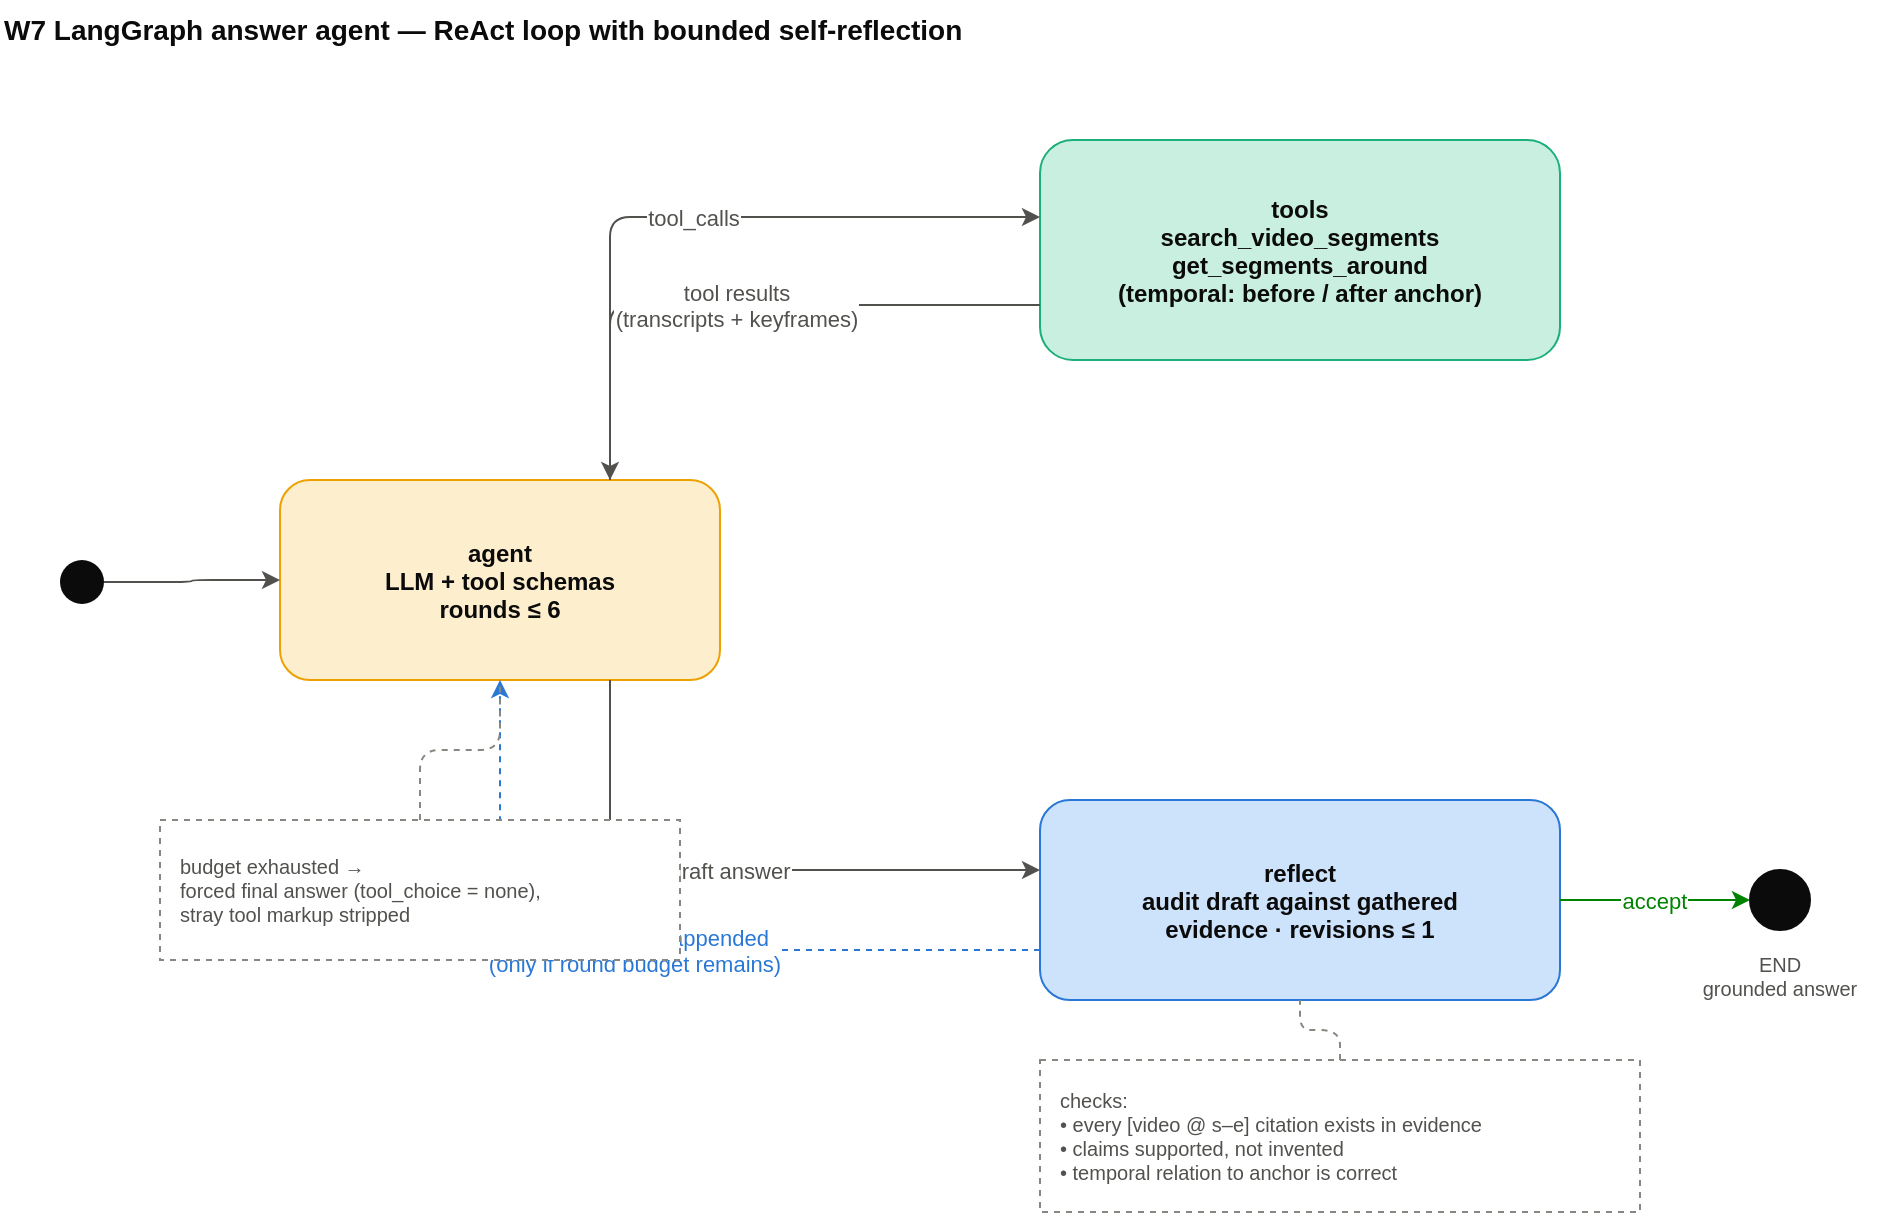
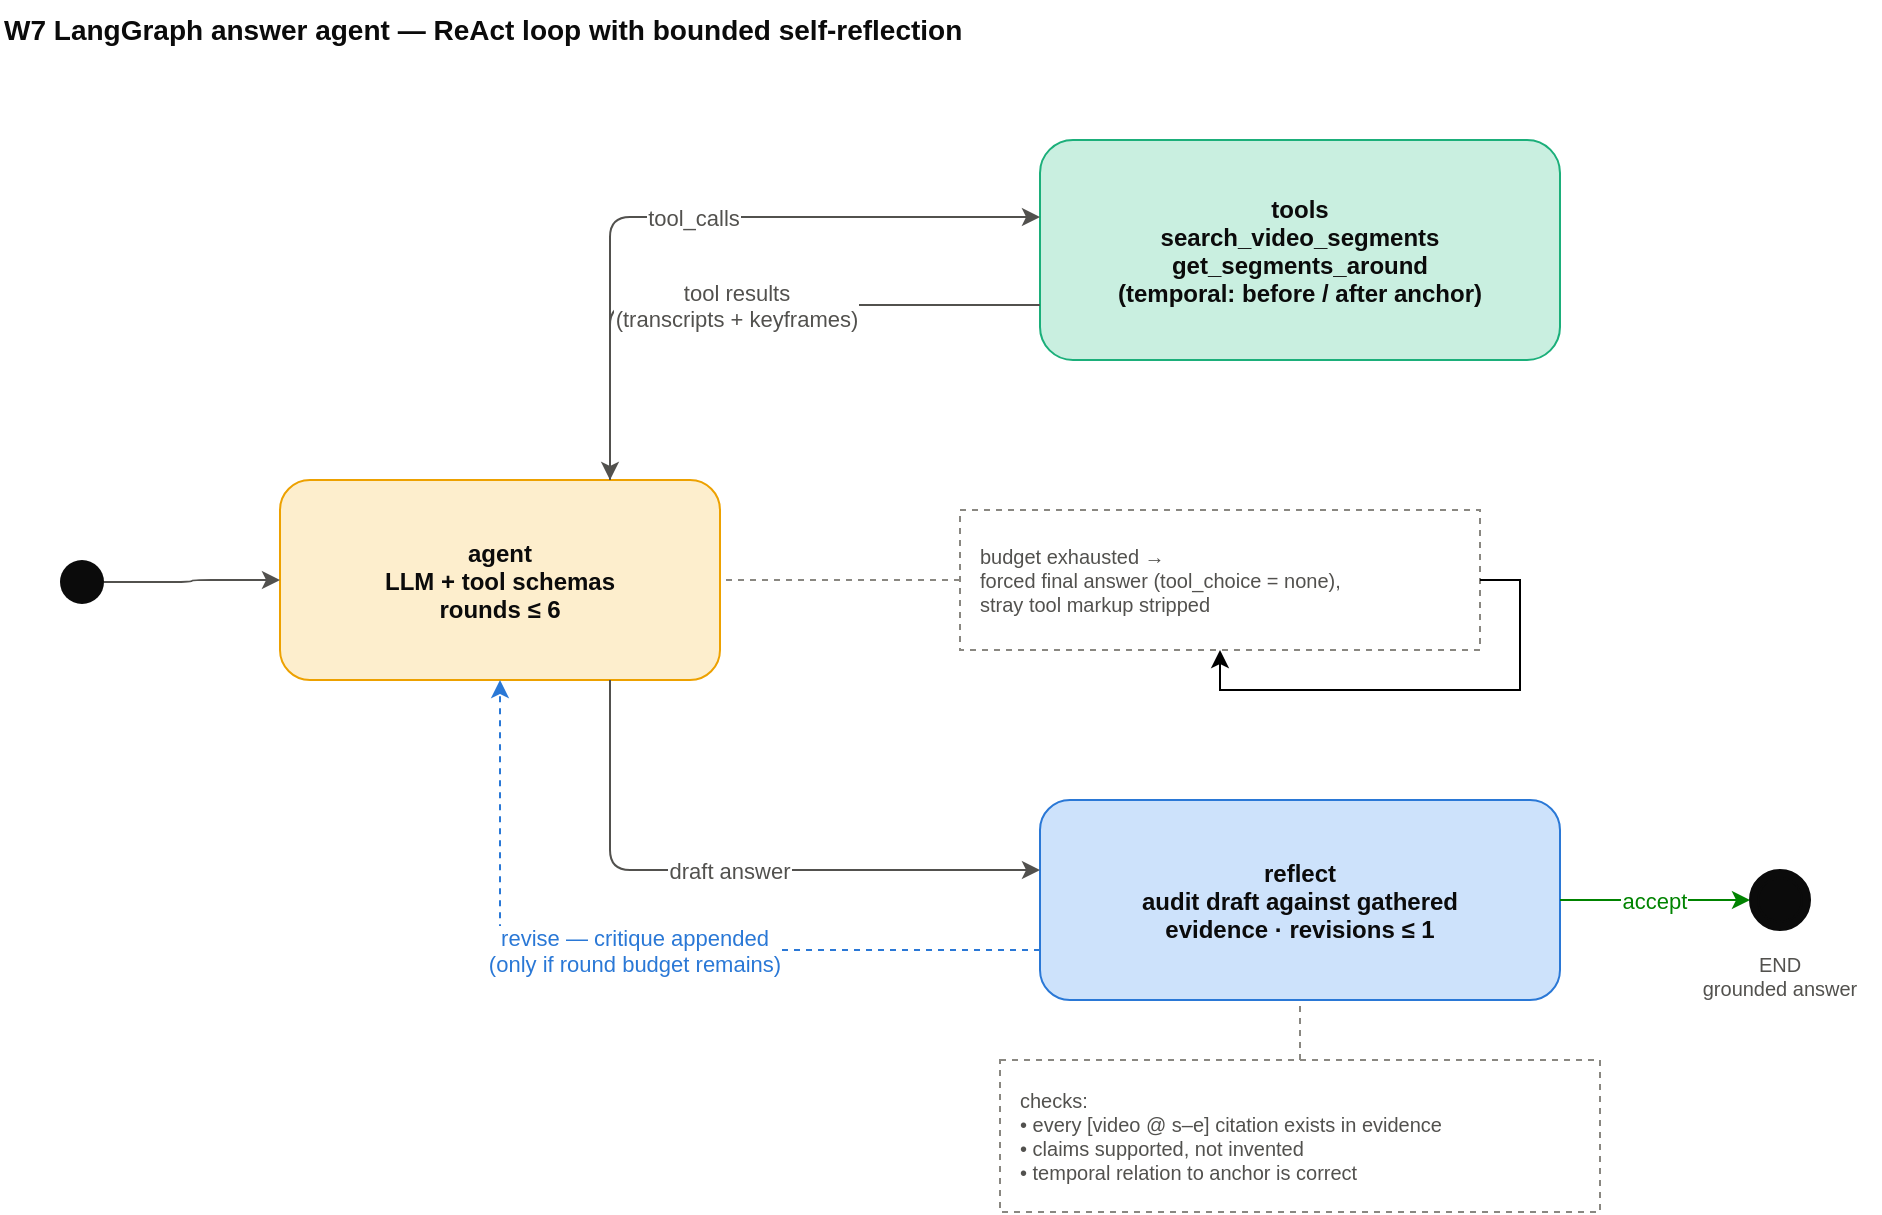
- <mxfile host="app.diagrams.net" agent="visual-rag" version="24.0.0">
+ <mxfile host="app.diagrams.net" agent="visual-rag">
  <diagram id="fig2" name="LangGraph agent">
-     <mxGraphModel dx="1000" dy="700" grid="1" gridSize="10" guides="1" tooltips="1" connect="1" arrows="1" fold="1" page="1" pageScale="1" pageWidth="1000" pageHeight="640" math="0" shadow="0">
+     <mxGraphModel dx="949" dy="662" grid="1" gridSize="10" guides="1" tooltips="1" connect="1" arrows="1" fold="1" page="1" pageScale="1" pageWidth="1000" pageHeight="640" math="0" shadow="0">
      <root>
        <mxCell id="0" />
        <mxCell id="1" parent="0" />
- 
-         <mxCell id="title" value="W7 LangGraph answer agent — ReAct loop with bounded self-reflection" style="text;fontSize=14;fontStyle=1;fontColor=#0b0b0b;align=left;" vertex="1" parent="1">
-           <mxGeometry x="40" y="20" width="700" height="30" as="geometry" />
+         <mxCell id="title" parent="1" style="text;fontSize=14;fontStyle=1;fontColor=#0b0b0b;align=left;" value="W7 LangGraph answer agent — ReAct loop with bounded self-reflection" vertex="1">
+           <mxGeometry height="30" width="700" x="40" y="20" as="geometry" />
        </mxCell>
- 
-         <mxCell id="start" value="" style="ellipse;fillColor=#0b0b0b;strokeColor=none;" vertex="1" parent="1">
-           <mxGeometry x="70" y="300" width="22" height="22" as="geometry" />
+         <mxCell id="start" parent="1" style="ellipse;fillColor=#0b0b0b;strokeColor=none;" value="" vertex="1">
+           <mxGeometry height="22" width="22" x="70" y="300" as="geometry" />
        </mxCell>
- 
-         <mxCell id="agentN" value="agent&#10;LLM + tool schemas&#10;rounds ≤ 6" style="rounded=1;fillColor=#fdeecd;strokeColor=#eda100;fontSize=12;fontColor=#0b0b0b;fontStyle=1;" vertex="1" parent="1">
-           <mxGeometry x="180" y="260" width="220" height="100" as="geometry" />
+         <mxCell id="agentN" parent="1" style="rounded=1;fillColor=#fdeecd;strokeColor=#eda100;fontSize=12;fontColor=#0b0b0b;fontStyle=1;" value="agent&#xa;LLM + tool schemas&#xa;rounds ≤ 6" vertex="1">
+           <mxGeometry height="100" width="220" x="180" y="260" as="geometry" />
        </mxCell>
- 
-         <mxCell id="toolsN" value="tools&#10;search_video_segments&#10;get_segments_around&#10;(temporal: before / after anchor)" style="rounded=1;fillColor=#c9efe0;strokeColor=#1baf7a;fontSize=12;fontColor=#0b0b0b;fontStyle=1;" vertex="1" parent="1">
-           <mxGeometry x="560" y="90" width="260" height="110" as="geometry" />
+         <mxCell id="toolsN" parent="1" style="rounded=1;fillColor=#c9efe0;strokeColor=#1baf7a;fontSize=12;fontColor=#0b0b0b;fontStyle=1;" value="tools&#xa;search_video_segments&#xa;get_segments_around&#xa;(temporal: before / after anchor)" vertex="1">
+           <mxGeometry height="110" width="260" x="560" y="90" as="geometry" />
        </mxCell>
- 
-         <mxCell id="reflectN" value="reflect&#10;audit draft against gathered&#10;evidence · revisions ≤ 1" style="rounded=1;fillColor=#cde2fb;strokeColor=#2a78d6;fontSize=12;fontColor=#0b0b0b;fontStyle=1;" vertex="1" parent="1">
-           <mxGeometry x="560" y="420" width="260" height="100" as="geometry" />
+         <mxCell id="reflectN" parent="1" style="rounded=1;fillColor=#cde2fb;strokeColor=#2a78d6;fontSize=12;fontColor=#0b0b0b;fontStyle=1;" value="reflect&#xa;audit draft against gathered&#xa;evidence · revisions ≤ 1" vertex="1">
+           <mxGeometry height="100" width="260" x="560" y="420" as="geometry" />
        </mxCell>
- 
-         <mxCell id="endN" value="" style="ellipse;shape=doubleEllipse;fillColor=#0b0b0b;strokeColor=#0b0b0b;" vertex="1" parent="1">
-           <mxGeometry x="915" y="455" width="30" height="30" as="geometry" />
+         <mxCell id="endN" parent="1" style="ellipse;shape=doubleEllipse;fillColor=#0b0b0b;strokeColor=#0b0b0b;" value="" vertex="1">
+           <mxGeometry height="30" width="30" x="915" y="455" as="geometry" />
        </mxCell>
-         <mxCell id="endLbl" value="END&#10;grounded answer" style="text;fontSize=10;fontColor=#52514e;align=center;" vertex="1" parent="1">
-           <mxGeometry x="880" y="490" width="100" height="36" as="geometry" />
+         <mxCell id="endLbl" parent="1" style="text;fontSize=10;fontColor=#52514e;align=center;" value="END&#xa;grounded answer" vertex="1">
+           <mxGeometry height="36" width="100" x="880" y="490" as="geometry" />
        </mxCell>
- 
-         <mxCell id="s1" style="edgeStyle=orthogonalEdgeStyle;rounded=1;strokeColor=#52514e;" edge="1" parent="1" source="start" target="agentN"><mxGeometry relative="1" as="geometry" /></mxCell>
- 
-         <mxCell id="t1" value="tool_calls" style="edgeStyle=orthogonalEdgeStyle;rounded=1;strokeColor=#52514e;fontSize=11;fontColor=#52514e;exitX=0.75;exitY=0;exitDx=0;exitDy=0;entryX=0;entryY=0.35;entryDx=0;entryDy=0;" edge="1" parent="1" source="agentN" target="toolsN"><mxGeometry relative="1" as="geometry" /></mxCell>
-         <mxCell id="t2" value="tool results&#10;(transcripts + keyframes)" style="edgeStyle=orthogonalEdgeStyle;rounded=1;strokeColor=#52514e;fontSize=11;fontColor=#52514e;exitX=0;exitY=0.75;exitDx=0;exitDy=0;entryX=0.75;entryY=0;entryDx=0;entryDy=0;" edge="1" parent="1" source="toolsN" target="agentN"><mxGeometry relative="1" as="geometry" /></mxCell>
- 
-         <mxCell id="r1" value="draft answer" style="edgeStyle=orthogonalEdgeStyle;rounded=1;strokeColor=#52514e;fontSize=11;fontColor=#52514e;exitX=0.75;exitY=1;exitDx=0;exitDy=0;entryX=0;entryY=0.35;entryDx=0;entryDy=0;" edge="1" parent="1" source="agentN" target="reflectN"><mxGeometry relative="1" as="geometry" /></mxCell>
-         <mxCell id="r2" value="revise — critique appended&#10;(only if round budget remains)" style="edgeStyle=orthogonalEdgeStyle;rounded=1;strokeColor=#2a78d6;dashed=1;fontSize=11;fontColor=#2a78d6;exitX=0;exitY=0.75;exitDx=0;exitDy=0;entryX=0.5;entryY=1;entryDx=0;entryDy=0;" edge="1" parent="1" source="reflectN" target="agentN"><mxGeometry relative="1" as="geometry" /></mxCell>
-         <mxCell id="r3" value="accept" style="edgeStyle=orthogonalEdgeStyle;rounded=1;strokeColor=#008300;fontSize=11;fontColor=#008300;" edge="1" parent="1" source="reflectN" target="endN"><mxGeometry relative="1" as="geometry" /></mxCell>
- 
-         <mxCell id="noteAgent" value="budget exhausted →&#10;forced final answer (tool_choice = none),&#10;stray tool markup stripped" style="rounded=0;fillColor=#ffffff;strokeColor=#898781;dashed=1;fontSize=10;fontColor=#52514e;align=left;spacingLeft=8;" vertex="1" parent="1">
-           <mxGeometry x="120" y="430" width="260" height="70" as="geometry" />
+         <mxCell id="s1" edge="1" parent="1" source="start" style="edgeStyle=orthogonalEdgeStyle;rounded=1;strokeColor=#52514e;" target="agentN">
+           <mxGeometry relative="1" as="geometry" />
        </mxCell>
-         <mxCell id="na1" style="edgeStyle=orthogonalEdgeStyle;strokeColor=#898781;dashed=1;endArrow=none;" edge="1" parent="1" source="noteAgent" target="agentN"><mxGeometry relative="1" as="geometry" /></mxCell>
- 
-         <mxCell id="noteReflect" value="checks:&#10;• every [video @ s–e] citation exists in evidence&#10;• claims supported, not invented&#10;• temporal relation to anchor is correct" style="rounded=0;fillColor=#ffffff;strokeColor=#898781;dashed=1;fontSize=10;fontColor=#52514e;align=left;spacingLeft=8;" vertex="1" parent="1">
-           <mxGeometry x="560" y="550" width="300" height="76" as="geometry" />
+         <mxCell id="t1" edge="1" parent="1" source="agentN" style="edgeStyle=orthogonalEdgeStyle;rounded=1;strokeColor=#52514e;fontSize=11;fontColor=#52514e;exitX=0.75;exitY=0;exitDx=0;exitDy=0;entryX=0;entryY=0.35;entryDx=0;entryDy=0;" target="toolsN" value="tool_calls">
+           <mxGeometry relative="1" as="geometry" />
        </mxCell>
-         <mxCell id="nr1" style="edgeStyle=orthogonalEdgeStyle;strokeColor=#898781;dashed=1;endArrow=none;" edge="1" parent="1" source="noteReflect" target="reflectN"><mxGeometry relative="1" as="geometry" /></mxCell>
+         <mxCell id="t2" edge="1" parent="1" source="toolsN" style="edgeStyle=orthogonalEdgeStyle;rounded=1;strokeColor=#52514e;fontSize=11;fontColor=#52514e;exitX=0;exitY=0.75;exitDx=0;exitDy=0;entryX=0.75;entryY=0;entryDx=0;entryDy=0;" target="agentN" value="tool results&#xa;(transcripts + keyframes)">
+           <mxGeometry relative="1" as="geometry" />
+         </mxCell>
+         <mxCell id="r1" edge="1" parent="1" source="agentN" style="edgeStyle=orthogonalEdgeStyle;rounded=1;strokeColor=#52514e;fontSize=11;fontColor=#52514e;exitX=0.75;exitY=1;exitDx=0;exitDy=0;entryX=0;entryY=0.35;entryDx=0;entryDy=0;" target="reflectN" value="draft answer">
+           <mxGeometry relative="1" as="geometry" />
+         </mxCell>
+         <mxCell id="r2" edge="1" parent="1" source="reflectN" style="edgeStyle=orthogonalEdgeStyle;rounded=1;strokeColor=#2a78d6;dashed=1;fontSize=11;fontColor=#2a78d6;exitX=0;exitY=0.75;exitDx=0;exitDy=0;entryX=0.5;entryY=1;entryDx=0;entryDy=0;" target="agentN" value="revise — critique appended&#xa;(only if round budget remains)">
+           <mxGeometry relative="1" as="geometry" />
+         </mxCell>
+         <mxCell id="r3" edge="1" parent="1" source="reflectN" style="edgeStyle=orthogonalEdgeStyle;rounded=1;strokeColor=#008300;fontSize=11;fontColor=#008300;" target="endN" value="accept">
+           <mxGeometry relative="1" as="geometry" />
+         </mxCell>
+         <mxCell id="noteAgent" parent="1" style="rounded=0;fillColor=#ffffff;strokeColor=#898781;dashed=1;fontSize=10;fontColor=#52514e;align=left;spacingLeft=8;" value="budget exhausted →&#xa;forced final answer (tool_choice = none),&#xa;stray tool markup stripped" vertex="1">
+           <mxGeometry height="70" width="260" x="520" y="275" as="geometry" />
+         </mxCell>
+         <mxCell id="na1" edge="1" parent="1" source="noteAgent" style="edgeStyle=orthogonalEdgeStyle;strokeColor=#898781;dashed=1;endArrow=none;" target="agentN">
+           <mxGeometry relative="1" as="geometry" />
+         </mxCell>
+         <mxCell id="noteReflect" parent="1" style="rounded=0;fillColor=#ffffff;strokeColor=#898781;dashed=1;fontSize=10;fontColor=#52514e;align=left;spacingLeft=8;" value="checks:&#xa;• every [video @ s–e] citation exists in evidence&#xa;• claims supported, not invented&#xa;• temporal relation to anchor is correct" vertex="1">
+           <mxGeometry height="76" width="300" x="540" y="550" as="geometry" />
+         </mxCell>
+         <mxCell id="nr1" edge="1" parent="1" source="noteReflect" style="edgeStyle=orthogonalEdgeStyle;strokeColor=#898781;dashed=1;endArrow=none;" target="reflectN">
+           <mxGeometry relative="1" as="geometry" />
+         </mxCell>
+         <mxCell id="PALsUPp12alihe8U2vJ9-1" edge="1" parent="1" source="noteAgent" style="edgeStyle=orthogonalEdgeStyle;rounded=0;orthogonalLoop=1;jettySize=auto;html=1;innerLoopWaypoints=1;exitX=1;exitY=0.5;exitDx=0;exitDy=0;" target="noteAgent">
+           <mxGeometry relative="1" as="geometry" />
+         </mxCell>
      </root>
    </mxGraphModel>
  </diagram>
</mxfile>
